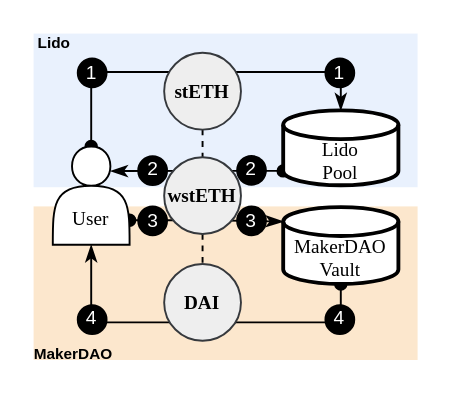
Above: diagrams/cdp_lending.drawio in lyc0603/tvl-measurement (draw.io), before the change. Source tidied: cells renumbered, new cells numbered last; positions are measured from the earlier drawing's top-left corner, leaving out a move shared by most shapes. Both pictures are drawn from the tidied source at 192%, with x=0, y=0 at pixel (33, 33).
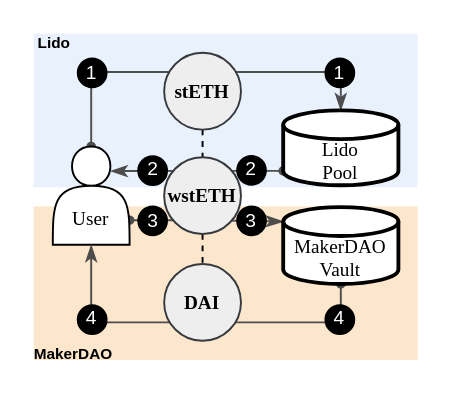
Above is the later version.

Unchanged cells that the change refers to:
```xml
<mxCell id="6" value="&lt;font style=&quot;font-size: 10px;&quot;&gt;&lt;br&gt;&lt;font style=&quot;font-size: 10px;&quot;&gt;&lt;br&gt;User&lt;/font&gt;&lt;/font&gt;" style="shape=actor;whiteSpace=wrap;html=1;fontSize=10;fontFamily=Times New Roman;verticalAlign=middle;" parent="1" vertex="1">
  <mxGeometry x="10" y="58.8" width="40" height="51.2" as="geometry" />
</mxCell>
<mxCell id="8" value="MakerDAO&lt;br&gt;Vault" style="shape=cylinder3;whiteSpace=wrap;html=1;boundedLbl=1;backgroundOutline=1;size=7.5;strokeWidth=2;fontFamily=Times New Roman;fontSize=10;fontStyle=0;" parent="1" vertex="1">
  <mxGeometry x="130" y="90.4" width="60" height="40" as="geometry" />
</mxCell>
<mxCell id="10" value="Lido&lt;br&gt;Pool" style="shape=cylinder3;whiteSpace=wrap;html=1;boundedLbl=1;backgroundOutline=1;size=7.5;strokeWidth=2;fontFamily=Times New Roman;fontStyle=0;fontSize=10;" parent="1" vertex="1">
  <mxGeometry x="130" y="40" width="60" height="39" as="geometry" />
</mxCell>
```

The edit, as a diff of the source:
```diff
@@
-    <mxCell id="4" style="edgeStyle=orthogonalEdgeStyle;rounded=1;jettySize=auto;html=1;exitX=0.5;exitY=0;exitDx=0;exitDy=0;entryX=0.5;entryY=0;entryDx=0;entryDy=0;entryPerimeter=0;endArrow=classicThin;endFill=1;arcSize=5;fillColor=#d80073;strokeColor=#000000;startArrow=oval;startFill=1;" parent="1" edge="1" source="6" target="10">
+    <mxCell id="4" style="edgeStyle=orthogonalEdgeStyle;rounded=1;jettySize=auto;html=1;exitX=0.5;exitY=0;exitDx=0;exitDy=0;entryX=0.5;entryY=0;entryDx=0;entryDy=0;entryPerimeter=0;endArrow=classicThin;endFill=1;arcSize=5;fillColor=#d80073;strokeColor=#4D4D4D;startArrow=oval;startFill=1;endSize=6;startSize=4;" parent="1" edge="1" source="6" target="10">
       <mxGeometry relative="1" as="geometry" />
     </mxCell>
-    <mxCell id="5" style="edgeStyle=orthogonalEdgeStyle;rounded=1;jettySize=auto;html=1;exitX=1;exitY=0.75;exitDx=0;exitDy=0;entryX=0;entryY=0;entryDx=0;entryDy=7.5;entryPerimeter=0;strokeColor=#000000;endArrow=classicThin;endFill=1;arcSize=5;fillColor=#d80073;startArrow=oval;startFill=1;" parent="1" edge="1" source="6" target="8">
+    <mxCell id="5" style="edgeStyle=orthogonalEdgeStyle;rounded=1;jettySize=auto;html=1;exitX=1;exitY=0.75;exitDx=0;exitDy=0;entryX=0;entryY=0;entryDx=0;entryDy=7.5;entryPerimeter=0;strokeColor=#4D4D4D;endArrow=classicThin;endFill=1;arcSize=5;fillColor=#d80073;startArrow=oval;startFill=1;startSize=4;" parent="1" edge="1" source="6" target="8">
       <mxGeometry relative="1" as="geometry" />
     </mxCell>
@@
-    <mxCell id="7" style="edgeStyle=orthogonalEdgeStyle;rounded=1;jettySize=auto;html=1;exitX=0.5;exitY=1;exitDx=0;exitDy=0;exitPerimeter=0;entryX=0.5;entryY=1;entryDx=0;entryDy=0;strokeColor=#000000;endArrow=classicThin;endFill=1;arcSize=5;fillColor=#008a00;startArrow=oval;startFill=1;" parent="1" edge="1" source="8" target="6">
+    <mxCell id="7" style="edgeStyle=orthogonalEdgeStyle;rounded=1;jettySize=auto;html=1;exitX=0.5;exitY=1;exitDx=0;exitDy=0;exitPerimeter=0;entryX=0.5;entryY=1;entryDx=0;entryDy=0;strokeColor=#4D4D4D;endArrow=classicThin;endFill=1;arcSize=5;fillColor=#008a00;startArrow=oval;startFill=1;startSize=4;" parent="1" edge="1" source="8" target="6">
       <mxGeometry relative="1" as="geometry" />
     </mxCell>
@@
-    <mxCell id="9" style="edgeStyle=orthogonalEdgeStyle;rounded=1;jettySize=auto;html=1;exitX=0;exitY=1;exitDx=0;exitDy=-7.5;exitPerimeter=0;entryX=0.75;entryY=0.25;entryDx=0;entryDy=0;entryPerimeter=0;strokeColor=#000000;endArrow=classicThin;endFill=1;arcSize=5;fillColor=#1ba1e2;startArrow=oval;startFill=1;" parent="1" edge="1" source="10" target="6">
+    <mxCell id="9" style="edgeStyle=orthogonalEdgeStyle;rounded=1;jettySize=auto;html=1;exitX=0;exitY=1;exitDx=0;exitDy=-7.5;exitPerimeter=0;entryX=0.75;entryY=0.25;entryDx=0;entryDy=0;entryPerimeter=0;strokeColor=#4D4D4D;endArrow=classicThin;endFill=1;arcSize=5;fillColor=#1ba1e2;startArrow=oval;startFill=1;startSize=4;" parent="1" edge="1" source="10" target="6">
       <mxGeometry relative="1" as="geometry" />
     </mxCell>
```
